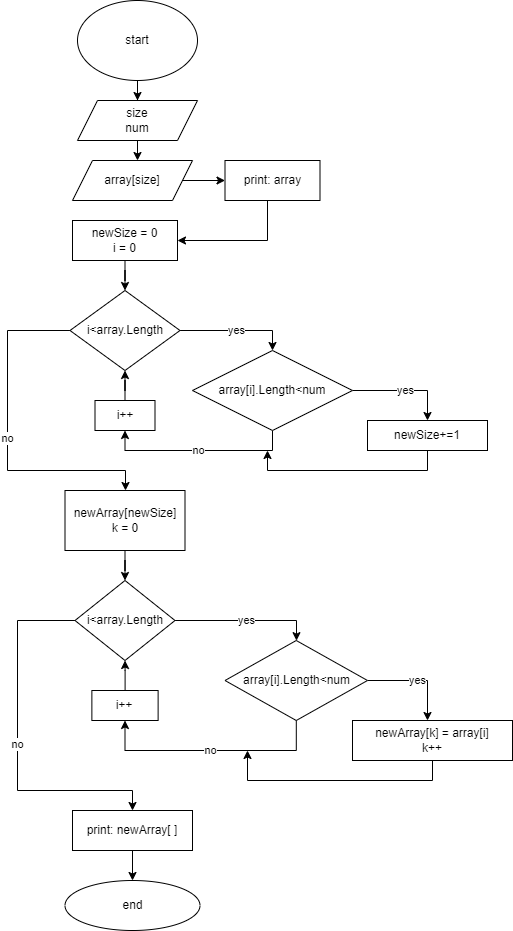
This is diagram var2.png from SashaJellywater/Big_Homework, a draw.io export, as it was before one commit. Source tidied: cells renumbered, new cells last; positions are measured from the earlier drawing's top-left corner, leaving out a move shared by most shapes. Its diagram source:
```xml
<mxGraphModel>
  <root>
    <mxCell id="0" />
    <mxCell id="1" parent="0" />
    <mxCell id="2" style="edgeStyle=orthogonalEdgeStyle;rounded=0;jettySize=auto;html=1;" parent="1" edge="1" source="3" target="5">
      <mxGeometry relative="1" as="geometry" />
    </mxCell>
    <mxCell id="3" value="start" style="ellipse;whiteSpace=wrap;html=1;" parent="1" vertex="1">
      <mxGeometry x="70" width="120" height="80" as="geometry" />
    </mxCell>
    <mxCell id="4" style="edgeStyle=orthogonalEdgeStyle;rounded=0;jettySize=auto;html=1;" parent="1" edge="1" source="5" target="7">
      <mxGeometry relative="1" as="geometry">
        <Array as="points">
          <mxPoint x="130" y="160" />
          <mxPoint x="130" y="160" />
        </Array>
      </mxGeometry>
    </mxCell>
    <mxCell id="5" value="size&lt;br&gt;num" style="shape=parallelogram;perimeter=parallelogramPerimeter;whiteSpace=wrap;html=1;fixedSize=1;" parent="1" vertex="1">
      <mxGeometry x="70" y="100" width="120" height="40" as="geometry" />
    </mxCell>
    <mxCell id="6" style="edgeStyle=orthogonalEdgeStyle;rounded=0;jettySize=auto;html=1;" parent="1" edge="1" source="7" target="23">
      <mxGeometry relative="1" as="geometry" />
    </mxCell>
    <mxCell id="7" value="array[size]" style="shape=parallelogram;perimeter=parallelogramPerimeter;whiteSpace=wrap;html=1;fixedSize=1;" parent="1" vertex="1">
      <mxGeometry x="65" y="160" width="120" height="40" as="geometry" />
    </mxCell>
    <mxCell id="8" style="edgeStyle=orthogonalEdgeStyle;rounded=0;jettySize=auto;html=1;" parent="1" edge="1" source="9" target="12">
      <mxGeometry relative="1" as="geometry" />
    </mxCell>
    <mxCell id="9" value="newSize = 0&lt;br&gt;i = 0" style="whiteSpace=wrap;html=1;" parent="1" vertex="1">
      <mxGeometry x="65" y="220" width="105" height="40" as="geometry" />
    </mxCell>
    <mxCell id="10" value="yes" style="edgeStyle=orthogonalEdgeStyle;rounded=0;jettySize=auto;html=1;" parent="1" edge="1" source="12" target="15">
      <mxGeometry relative="1" as="geometry">
        <Array as="points">
          <mxPoint x="265" y="330" />
        </Array>
      </mxGeometry>
    </mxCell>
    <mxCell id="11" value="no" style="edgeStyle=orthogonalEdgeStyle;rounded=0;jettySize=auto;html=1;" parent="1" edge="1" source="12" target="21">
      <mxGeometry relative="1" as="geometry">
        <Array as="points">
          <mxPoint y="330" />
          <mxPoint y="470" />
          <mxPoint x="118" y="470" />
        </Array>
      </mxGeometry>
    </mxCell>
    <mxCell id="12" value="i&amp;lt;array.Length" style="rhombus;whiteSpace=wrap;html=1;" parent="1" vertex="1">
      <mxGeometry x="62.5" y="290" width="110" height="80" as="geometry" />
    </mxCell>
    <mxCell id="13" value="yes" style="edgeStyle=orthogonalEdgeStyle;rounded=0;jettySize=auto;html=1;" parent="1" edge="1" source="15" target="17">
      <mxGeometry relative="1" as="geometry">
        <Array as="points">
          <mxPoint x="420" y="390" />
        </Array>
      </mxGeometry>
    </mxCell>
    <mxCell id="14" value="no" style="edgeStyle=orthogonalEdgeStyle;rounded=0;jettySize=auto;html=1;" parent="1" edge="1" source="15" target="19">
      <mxGeometry relative="1" as="geometry">
        <Array as="points">
          <mxPoint x="265" y="450" />
        </Array>
      </mxGeometry>
    </mxCell>
    <mxCell id="15" value="array[i].Length&amp;lt;num" style="rhombus;whiteSpace=wrap;html=1;" parent="1" vertex="1">
      <mxGeometry x="185" y="350" width="160" height="80" as="geometry" />
    </mxCell>
    <mxCell id="16" style="edgeStyle=orthogonalEdgeStyle;rounded=0;jettySize=auto;html=1;" parent="1" edge="1" source="17">
      <mxGeometry relative="1" as="geometry">
        <mxPoint x="260" y="450" as="targetPoint" />
        <Array as="points">
          <mxPoint x="420" y="470" />
          <mxPoint x="260" y="470" />
        </Array>
      </mxGeometry>
    </mxCell>
    <mxCell id="17" value="newSize+=1" style="whiteSpace=wrap;html=1;" parent="1" vertex="1">
      <mxGeometry x="360" y="420" width="120" height="30" as="geometry" />
    </mxCell>
    <mxCell id="18" style="edgeStyle=orthogonalEdgeStyle;rounded=0;jettySize=auto;html=1;" parent="1" edge="1" source="19" target="12">
      <mxGeometry relative="1" as="geometry" />
    </mxCell>
    <mxCell id="19" value="i++" style="whiteSpace=wrap;html=1;" parent="1" vertex="1">
      <mxGeometry x="87.5" y="400" width="60" height="30" as="geometry" />
    </mxCell>
    <mxCell id="20" style="edgeStyle=orthogonalEdgeStyle;rounded=0;jettySize=auto;html=1;" parent="1" edge="1" source="21" target="26">
      <mxGeometry relative="1" as="geometry" />
    </mxCell>
    <mxCell id="21" value="newArray[newSize]&lt;br&gt;k = 0" style="whiteSpace=wrap;html=1;" parent="1" vertex="1">
      <mxGeometry x="57.5" y="490" width="120" height="60" as="geometry" />
    </mxCell>
    <mxCell id="22" style="edgeStyle=orthogonalEdgeStyle;rounded=0;jettySize=auto;html=1;entryX=1;entryY=0.5;entryDx=0;entryDy=0;" parent="1" edge="1" source="23" target="9">
      <mxGeometry relative="1" as="geometry">
        <Array as="points">
          <mxPoint x="260" y="240" />
        </Array>
      </mxGeometry>
    </mxCell>
    <mxCell id="23" value="print: array" style="whiteSpace=wrap;html=1;" parent="1" vertex="1">
      <mxGeometry x="217.5" y="160" width="95" height="40" as="geometry" />
    </mxCell>
    <mxCell id="24" value="yes" style="edgeStyle=orthogonalEdgeStyle;rounded=0;jettySize=auto;html=1;" parent="1" edge="1" source="26" target="29">
      <mxGeometry relative="1" as="geometry">
        <Array as="points">
          <mxPoint x="289" y="620" />
        </Array>
      </mxGeometry>
    </mxCell>
    <mxCell id="25" value="no" style="edgeStyle=orthogonalEdgeStyle;rounded=0;jettySize=auto;html=1;" parent="1" edge="1" source="26" target="35">
      <mxGeometry relative="1" as="geometry">
        <Array as="points">
          <mxPoint x="10" y="620" />
          <mxPoint x="10" y="790" />
          <mxPoint x="125" y="790" />
        </Array>
      </mxGeometry>
    </mxCell>
    <mxCell id="26" value="i&amp;lt;array.Length" style="rhombus;whiteSpace=wrap;html=1;" parent="1" vertex="1">
      <mxGeometry x="67.5" y="580" width="100" height="80" as="geometry" />
    </mxCell>
    <mxCell id="27" value="yes" style="edgeStyle=orthogonalEdgeStyle;rounded=0;jettySize=auto;html=1;exitX=1;exitY=0.5;exitDx=0;exitDy=0;" parent="1" edge="1" source="29" target="31">
      <mxGeometry relative="1" as="geometry">
        <Array as="points">
          <mxPoint x="420" y="680" />
        </Array>
      </mxGeometry>
    </mxCell>
    <mxCell id="28" value="no" style="edgeStyle=orthogonalEdgeStyle;rounded=0;jettySize=auto;html=1;entryX=0.5;entryY=1;entryDx=0;entryDy=0;" parent="1" edge="1" source="29" target="33">
      <mxGeometry relative="1" as="geometry">
        <Array as="points">
          <mxPoint x="289" y="750" />
          <mxPoint x="118" y="750" />
        </Array>
      </mxGeometry>
    </mxCell>
    <mxCell id="29" value="array[i].Length&amp;lt;num" style="rhombus;whiteSpace=wrap;html=1;" parent="1" vertex="1">
      <mxGeometry x="217.5" y="640" width="142.5" height="80" as="geometry" />
    </mxCell>
    <mxCell id="30" style="edgeStyle=orthogonalEdgeStyle;rounded=0;jettySize=auto;html=1;" parent="1" edge="1" source="31">
      <mxGeometry relative="1" as="geometry">
        <mxPoint x="240" y="750" as="targetPoint" />
        <Array as="points">
          <mxPoint x="425" y="780" />
          <mxPoint x="240" y="780" />
        </Array>
      </mxGeometry>
    </mxCell>
    <mxCell id="31" value="newArray[k] = array[i]&lt;br&gt;k++" style="whiteSpace=wrap;html=1;" parent="1" vertex="1">
      <mxGeometry x="345" y="720" width="160" height="40" as="geometry" />
    </mxCell>
    <mxCell id="32" style="edgeStyle=orthogonalEdgeStyle;rounded=0;jettySize=auto;html=1;" parent="1" edge="1" source="33" target="26">
      <mxGeometry relative="1" as="geometry" />
    </mxCell>
    <mxCell id="33" value="i++" style="whiteSpace=wrap;html=1;" parent="1" vertex="1">
      <mxGeometry x="84.4" y="690" width="66.2" height="30" as="geometry" />
    </mxCell>
    <mxCell id="34" style="edgeStyle=orthogonalEdgeStyle;rounded=0;jettySize=auto;html=1;" parent="1" edge="1" source="35" target="36">
      <mxGeometry relative="1" as="geometry" />
    </mxCell>
    <mxCell id="35" value="print: newArray[ ]" style="whiteSpace=wrap;html=1;" parent="1" vertex="1">
      <mxGeometry x="65" y="810" width="120" height="40" as="geometry" />
    </mxCell>
    <mxCell id="36" value="end" style="ellipse;whiteSpace=wrap;html=1;" parent="1" vertex="1">
      <mxGeometry x="57.5" y="880" width="135" height="50" as="geometry" />
    </mxCell>
  </root>
</mxGraphModel>
```
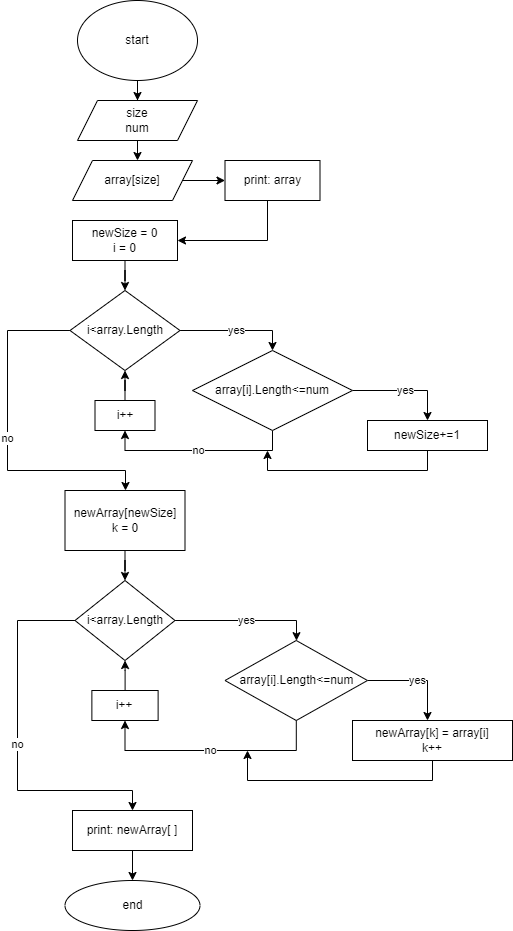
After the commit.

Commit message:
исправлена ошибка в diagram var2

What changed in the source:
```diff
@@ -64,7 +64,7 @@
         </Array>
       </mxGeometry>
     </mxCell>
-    <mxCell id="15" value="array[i].Length&amp;lt;num" style="rhombus;whiteSpace=wrap;html=1;" parent="1" vertex="1">
+    <mxCell id="15" value="array[i].Length&amp;lt;=num" style="rhombus;whiteSpace=wrap;html=1;" parent="1" vertex="1">
       <mxGeometry x="185" y="350" width="160" height="80" as="geometry" />
     </mxCell>
     <mxCell id="16" style="edgeStyle=orthogonalEdgeStyle;rounded=0;jettySize=auto;html=1;" parent="1" edge="1" source="17">
@@ -135,7 +135,7 @@
         </Array>
       </mxGeometry>
     </mxCell>
-    <mxCell id="29" value="array[i].Length&amp;lt;num" style="rhombus;whiteSpace=wrap;html=1;" parent="1" vertex="1">
+    <mxCell id="29" value="array[i].Length&amp;lt;=num" style="rhombus;whiteSpace=wrap;html=1;" parent="1" vertex="1">
       <mxGeometry x="217.5" y="640" width="142.5" height="80" as="geometry" />
     </mxCell>
     <mxCell id="30" style="edgeStyle=orthogonalEdgeStyle;rounded=0;jettySize=auto;html=1;" parent="1" edge="1" source="31">
```
